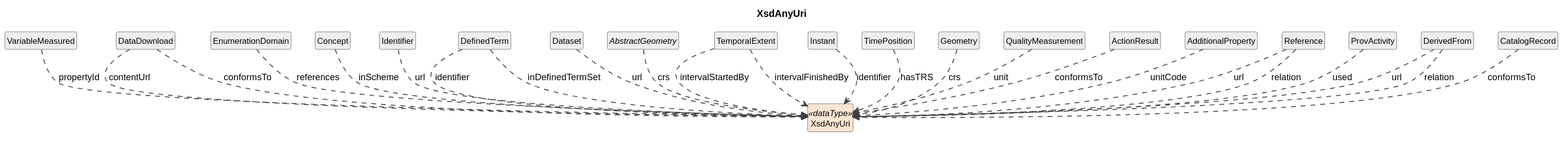
Earlier version of the PlantUML export cdif-uml-model/BasicDataDescription/DataTypes/XsdAnyUri.svg (Cross-Domain-Interoperability-Framework/metadataBuildingBlocks). Source of this version:
```plantuml
@startuml
title XsdAnyUri
hide circle
hide empty members
skinparam shadowing false
skinparam ArrowThickness 1.2
skinparam class {
  ArrowColor #404040
  BorderColor #404040
  FontSize 12
}

class "XsdAnyUri" as XsdAnyUri <<dataType>> #FAE5D3
class "VariableMeasured" as VariableMeasured #EEEEEE
VariableMeasured ..> XsdAnyUri : propertyId
class "DataDownload" as DataDownload #EEEEEE
DataDownload ..> XsdAnyUri : contentUrl
DataDownload ..> XsdAnyUri : conformsTo
class "EnumerationDomain" as EnumerationDomain #EEEEEE
EnumerationDomain ..> XsdAnyUri : references
class "Concept" as Concept #EEEEEE
Concept ..> XsdAnyUri : inScheme
class "Identifier" as Identifier #EEEEEE
Identifier ..> XsdAnyUri : url
class "DefinedTerm" as DefinedTerm #EEEEEE
DefinedTerm ..> XsdAnyUri : identifier
DefinedTerm ..> XsdAnyUri : inDefinedTermSet
class "Dataset" as Dataset #EEEEEE
Dataset ..> XsdAnyUri : url
abstract class "AbstractGeometry" as AbstractGeometry #EEEEEE
AbstractGeometry ..> XsdAnyUri : crs
class "TemporalExtent" as TemporalExtent #EEEEEE
TemporalExtent ..> XsdAnyUri : intervalStartedBy
TemporalExtent ..> XsdAnyUri : intervalFinishedBy
class "Instant" as Instant #EEEEEE
Instant ..> XsdAnyUri : identifier
class "TimePosition" as TimePosition #EEEEEE
TimePosition ..> XsdAnyUri : hasTRS
class "Geometry" as Geometry #EEEEEE
Geometry ..> XsdAnyUri : crs
class "QualityMeasurement" as QualityMeasurement #EEEEEE
QualityMeasurement ..> XsdAnyUri : unit
class "ActionResult" as ActionResult #EEEEEE
ActionResult ..> XsdAnyUri : conformsTo
class "AdditionalProperty" as AdditionalProperty #EEEEEE
AdditionalProperty ..> XsdAnyUri : unitCode
class "Reference" as Reference #EEEEEE
Reference ..> XsdAnyUri : url
Reference ..> XsdAnyUri : relation
class "ProvActivity" as ProvActivity #EEEEEE
ProvActivity ..> XsdAnyUri : used
class "DerivedFrom" as DerivedFrom #EEEEEE
DerivedFrom ..> XsdAnyUri : url
DerivedFrom ..> XsdAnyUri : relation
class "CatalogRecord" as CatalogRecord #EEEEEE
CatalogRecord ..> XsdAnyUri : conformsTo
@enduml
```
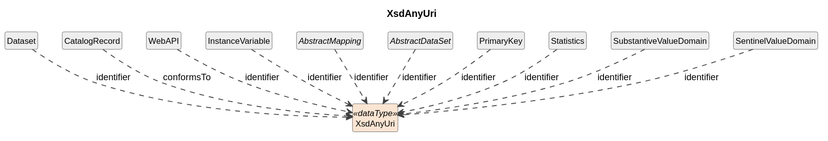
After the commit.

Diff of the diagram source:
```diff
@@ -11,47 +11,24 @@
 }
 
 class "XsdAnyUri" as XsdAnyUri <<dataType>> #FAE5D3
-class "VariableMeasured" as VariableMeasured #EEEEEE
-VariableMeasured ..> XsdAnyUri : propertyId
-class "DataDownload" as DataDownload #EEEEEE
-DataDownload ..> XsdAnyUri : contentUrl
-DataDownload ..> XsdAnyUri : conformsTo
-class "EnumerationDomain" as EnumerationDomain #EEEEEE
-EnumerationDomain ..> XsdAnyUri : references
-class "Concept" as Concept #EEEEEE
-Concept ..> XsdAnyUri : inScheme
-class "Identifier" as Identifier #EEEEEE
-Identifier ..> XsdAnyUri : url
-class "DefinedTerm" as DefinedTerm #EEEEEE
-DefinedTerm ..> XsdAnyUri : identifier
-DefinedTerm ..> XsdAnyUri : inDefinedTermSet
 class "Dataset" as Dataset #EEEEEE
-Dataset ..> XsdAnyUri : url
-abstract class "AbstractGeometry" as AbstractGeometry #EEEEEE
-AbstractGeometry ..> XsdAnyUri : crs
-class "TemporalExtent" as TemporalExtent #EEEEEE
-TemporalExtent ..> XsdAnyUri : intervalStartedBy
-TemporalExtent ..> XsdAnyUri : intervalFinishedBy
-class "Instant" as Instant #EEEEEE
-Instant ..> XsdAnyUri : identifier
-class "TimePosition" as TimePosition #EEEEEE
-TimePosition ..> XsdAnyUri : hasTRS
-class "Geometry" as Geometry #EEEEEE
-Geometry ..> XsdAnyUri : crs
-class "QualityMeasurement" as QualityMeasurement #EEEEEE
-QualityMeasurement ..> XsdAnyUri : unit
-class "ActionResult" as ActionResult #EEEEEE
-ActionResult ..> XsdAnyUri : conformsTo
-class "AdditionalProperty" as AdditionalProperty #EEEEEE
-AdditionalProperty ..> XsdAnyUri : unitCode
-class "Reference" as Reference #EEEEEE
-Reference ..> XsdAnyUri : url
-Reference ..> XsdAnyUri : relation
-class "ProvActivity" as ProvActivity #EEEEEE
-ProvActivity ..> XsdAnyUri : used
-class "DerivedFrom" as DerivedFrom #EEEEEE
-DerivedFrom ..> XsdAnyUri : url
-DerivedFrom ..> XsdAnyUri : relation
+Dataset ..> XsdAnyUri : identifier
 class "CatalogRecord" as CatalogRecord #EEEEEE
 CatalogRecord ..> XsdAnyUri : conformsTo
+class "WebAPI" as WebAPI #EEEEEE
+WebAPI ..> XsdAnyUri : identifier
+class "InstanceVariable" as InstanceVariable #EEEEEE
+InstanceVariable ..> XsdAnyUri : identifier
+abstract class "AbstractMapping" as AbstractMapping #EEEEEE
+AbstractMapping ..> XsdAnyUri : identifier
+abstract class "AbstractDataSet" as AbstractDataSet #EEEEEE
+AbstractDataSet ..> XsdAnyUri : identifier
+class "PrimaryKey" as PrimaryKey #EEEEEE
+PrimaryKey ..> XsdAnyUri : identifier
+class "Statistics" as Statistics #EEEEEE
+Statistics ..> XsdAnyUri : identifier
+class "SubstantiveValueDomain" as SubstantiveValueDomain #EEEEEE
+SubstantiveValueDomain ..> XsdAnyUri : identifier
+class "SentinelValueDomain" as SentinelValueDomain #EEEEEE
+SentinelValueDomain ..> XsdAnyUri : identifier
 @enduml
```
